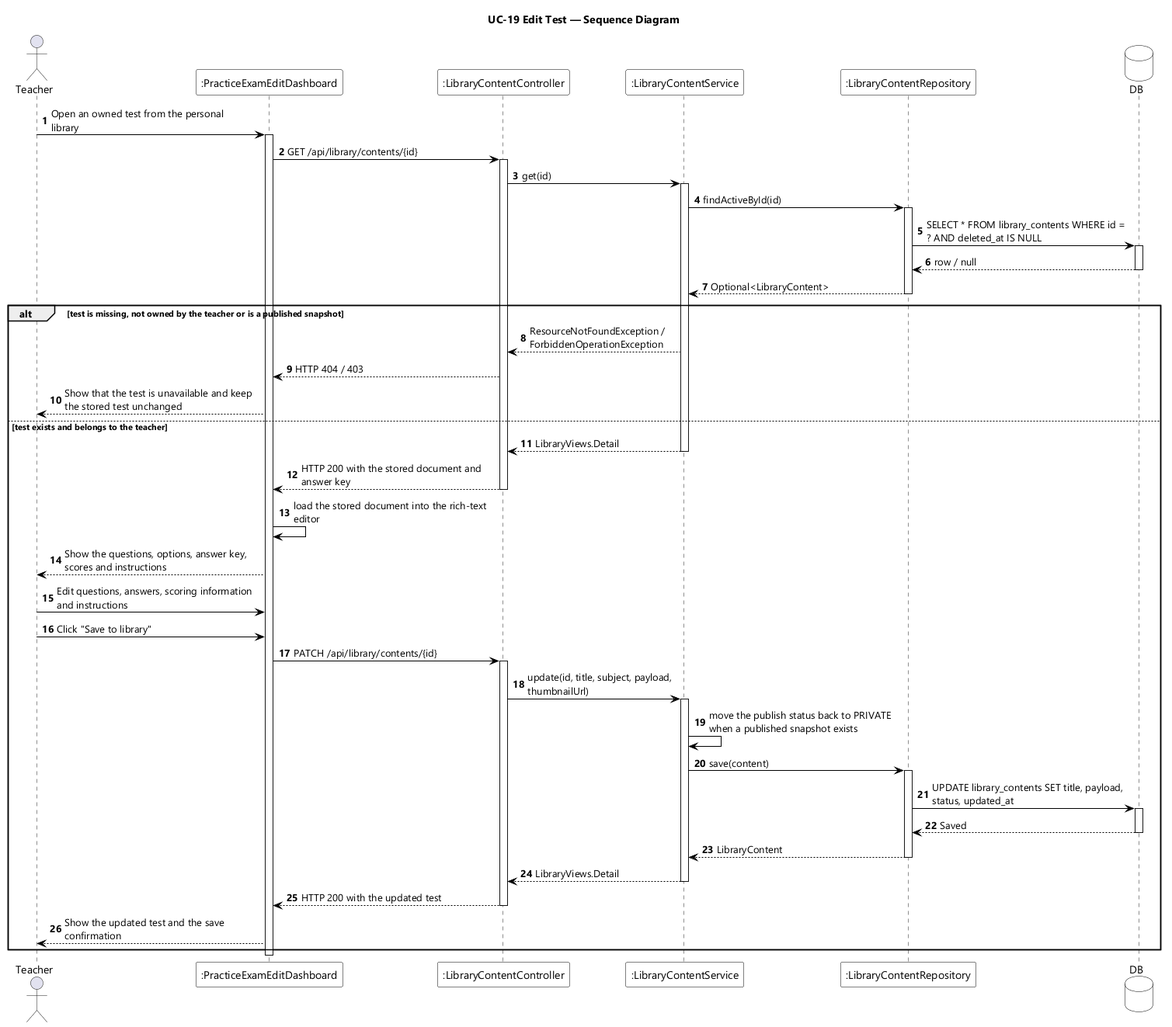
Earlier version of the PlantUML export designs/sds-diagrams/uc19/uc19-sequence-diagram.png (EduA-system/EduA-system). Source of this version:
```plantuml
@startuml UC-19 Edit Test - Sequence Diagram
skinparamlocked dpi 96
skinparam defaultFontName "Segoe UI"
skinparam shadowing false
skinparam ParticipantBackgroundColor #FFFFFF
skinparam ParticipantBorderColor #000000
skinparam DatabaseBackgroundColor #FFFFFF
skinparam DatabaseBorderColor #000000
skinparam ArrowColor #000000
skinparam sequenceMessageAlign left
skinparam maxMessageSize 260
title UC-19 Edit Test — Sequence Diagram

actor Teacher
participant ":PracticeExamEditDashboard" as EDT
participant ":LibraryContentController" as CTL
participant ":LibraryContentService" as SVC
participant ":LibraryContentRepository" as REPO
database DB

autonumber
Teacher -> EDT : Open an owned test from the personal library
activate EDT
EDT -> CTL : GET /api/library/contents/{id}
activate CTL
CTL -> SVC : get(id)
activate SVC
SVC -> REPO : findActiveById(id)
activate REPO
REPO -> DB : SELECT * FROM library_contents WHERE id = ? AND deleted_at IS NULL
activate DB
DB --> REPO : row / null
deactivate DB
REPO --> SVC : Optional<LibraryContent>
deactivate REPO

alt test is missing, not owned by the teacher or is a published snapshot
  SVC --> CTL : ResourceNotFoundException / ForbiddenOperationException
  CTL --> EDT : HTTP 404 / 403
  EDT --> Teacher : Show that the test is unavailable and keep the stored test unchanged

else test exists and belongs to the teacher
  SVC --> CTL : LibraryViews.Detail
  deactivate SVC
  CTL --> EDT : HTTP 200 with the stored document and answer key
  deactivate CTL
  EDT -> EDT : load the stored document into the rich-text editor
  EDT --> Teacher : Show the questions, options, answer key, scores and instructions

  Teacher -> EDT : Edit questions, answers, scoring information and instructions
  Teacher -> EDT : Click "Save to library"
  EDT -> CTL : PATCH /api/library/contents/{id}
  activate CTL
  CTL -> SVC : update(id, title, subject, payload, thumbnailUrl)
  activate SVC
  SVC -> SVC : move the publish status back to PRIVATE when a published snapshot exists
  SVC -> REPO : save(content)
  activate REPO
  REPO -> DB : UPDATE library_contents SET title, payload, status, updated_at
  activate DB
  DB --> REPO : Saved
  deactivate DB
  REPO --> SVC : LibraryContent
  deactivate REPO
  SVC --> CTL : LibraryViews.Detail
  deactivate SVC
  CTL --> EDT : HTTP 200 with the updated test
  deactivate CTL
  EDT --> Teacher : Show the updated test and the save confirmation
end
deactivate EDT
@enduml
```
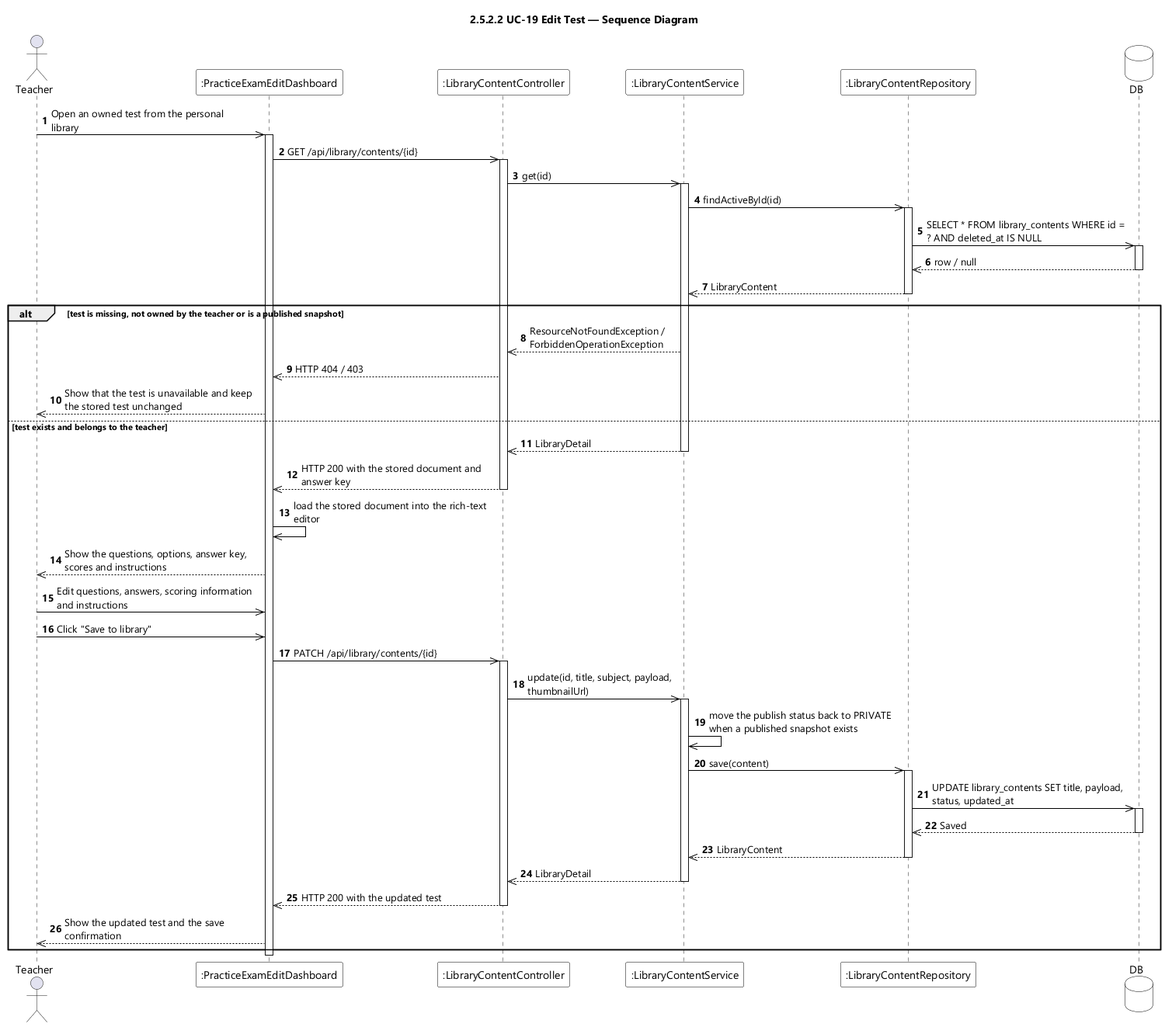
Above is the later version.

Change to the diagram source:
```diff
@@ -9,7 +9,7 @@
 skinparam ArrowColor #000000
 skinparam sequenceMessageAlign left
 skinparam maxMessageSize 260
-title UC-19 Edit Test — Sequence Diagram
+title 2.5.2.2 UC-19 Edit Test — Sequence Diagram
 
 actor Teacher
 participant ":PracticeExamEditDashboard" as EDT
@@ -19,54 +19,54 @@
 database DB
 
 autonumber
-Teacher -> EDT : Open an owned test from the personal library
+Teacher ->> EDT : Open an owned test from the personal library
 activate EDT
-EDT -> CTL : GET /api/library/contents/{id}
+EDT ->> CTL : GET /api/library/contents/{id}
 activate CTL
-CTL -> SVC : get(id)
+CTL ->> SVC : get(id)
 activate SVC
-SVC -> REPO : findActiveById(id)
+SVC ->> REPO : findActiveById(id)
 activate REPO
-REPO -> DB : SELECT * FROM library_contents WHERE id = ? AND deleted_at IS NULL
+REPO ->> DB : SELECT * FROM library_contents WHERE id = ? AND deleted_at IS NULL
 activate DB
-DB --> REPO : row / null
+DB -->> REPO : row / null
 deactivate DB
-REPO --> SVC : Optional<LibraryContent>
+REPO -->> SVC : LibraryContent
 deactivate REPO
 
 alt test is missing, not owned by the teacher or is a published snapshot
-  SVC --> CTL : ResourceNotFoundException / ForbiddenOperationException
-  CTL --> EDT : HTTP 404 / 403
-  EDT --> Teacher : Show that the test is unavailable and keep the stored test unchanged
+  SVC -->> CTL : ResourceNotFoundException / ForbiddenOperationException
+  CTL -->> EDT : HTTP 404 / 403
+  EDT -->> Teacher : Show that the test is unavailable and keep the stored test unchanged
 
 else test exists and belongs to the teacher
-  SVC --> CTL : LibraryViews.Detail
+  SVC -->> CTL : LibraryDetail
   deactivate SVC
-  CTL --> EDT : HTTP 200 with the stored document and answer key
+  CTL -->> EDT : HTTP 200 with the stored document and answer key
   deactivate CTL
-  EDT -> EDT : load the stored document into the rich-text editor
-  EDT --> Teacher : Show the questions, options, answer key, scores and instructions
+  EDT ->> EDT : load the stored document into the rich-text editor
+  EDT -->> Teacher : Show the questions, options, answer key, scores and instructions
 
-  Teacher -> EDT : Edit questions, answers, scoring information and instructions
-  Teacher -> EDT : Click "Save to library"
-  EDT -> CTL : PATCH /api/library/contents/{id}
+  Teacher ->> EDT : Edit questions, answers, scoring information and instructions
+  Teacher ->> EDT : Click "Save to library"
+  EDT ->> CTL : PATCH /api/library/contents/{id}
   activate CTL
-  CTL -> SVC : update(id, title, subject, payload, thumbnailUrl)
+  CTL ->> SVC : update(id, title, subject, payload, thumbnailUrl)
   activate SVC
-  SVC -> SVC : move the publish status back to PRIVATE when a published snapshot exists
-  SVC -> REPO : save(content)
+  SVC ->> SVC : move the publish status back to PRIVATE when a published snapshot exists
+  SVC ->> REPO : save(content)
   activate REPO
-  REPO -> DB : UPDATE library_contents SET title, payload, status, updated_at
+  REPO ->> DB : UPDATE library_contents SET title, payload, status, updated_at
   activate DB
-  DB --> REPO : Saved
+  DB -->> REPO : Saved
   deactivate DB
-  REPO --> SVC : LibraryContent
+  REPO -->> SVC : LibraryContent
   deactivate REPO
-  SVC --> CTL : LibraryViews.Detail
+  SVC -->> CTL : LibraryDetail
   deactivate SVC
-  CTL --> EDT : HTTP 200 with the updated test
+  CTL -->> EDT : HTTP 200 with the updated test
   deactivate CTL
-  EDT --> Teacher : Show the updated test and the save confirmation
+  EDT -->> Teacher : Show the updated test and the save confirmation
 end
 deactivate EDT
 @enduml
```
